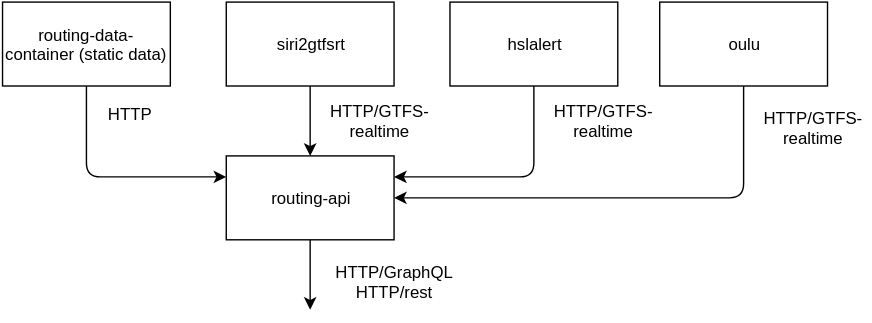
The draw.io diagram src/pages/en/developers/architecture/x-apis/1-routing-api/architecture.svg in HSLdevcom/digitransit-site, before a commit. Source tidied: cells renumbered, new cells last; positions are measured from the earlier drawing's top-left corner, leaving out a move shared by most shapes. Its diagram source:
```xml
<mxGraphModel background="#ffffff">
  <root>
    <mxCell id="0" />
    <mxCell id="1" parent="0" />
    <mxCell id="2" value="routing-data-container (static data)" style="whiteSpace=wrap;html=1;rounded=0;shadow=0;glass=0;strokeColor=#000000;fillColor=#FFFFFF;align=center;" parent="1" vertex="1">
      <mxGeometry width="120" height="60" as="geometry" />
    </mxCell>
    <mxCell id="3" value="routing-api" style="whiteSpace=wrap;html=1;rounded=0;shadow=0;glass=0;strokeColor=#000000;fillColor=#FFFFFF;align=center;" parent="1" vertex="1">
      <mxGeometry x="160" y="110" width="120" height="60" as="geometry" />
    </mxCell>
    <mxCell id="4" style="endArrow=classic;html=1;exitX=0.5;exitY=1;entryX=0;entryY=0.25;" parent="1" edge="1" source="2" target="3">
      <mxGeometry relative="1" as="geometry">
        <Array as="points">
          <mxPoint x="60" y="125" />
        </Array>
      </mxGeometry>
    </mxCell>
    <mxCell id="5" value="HTTP" style="text;html=1;strokeColor=none;fillColor=none;align=center;verticalAlign=middle;whiteSpace=wrap;overflow=hidden;rounded=0;shadow=0;glass=0;" parent="1" vertex="1">
      <mxGeometry x="70" y="70" width="40" height="20" as="geometry" />
    </mxCell>
    <mxCell id="6" style="endArrow=classic;html=1;exitX=0.5;exitY=1;" parent="1" edge="1" source="3">
      <mxGeometry relative="1" as="geometry">
        <mxPoint x="220" y="220" as="targetPoint" />
      </mxGeometry>
    </mxCell>
    <mxCell id="7" value="HTTP/GraphQL&lt;br&gt;HTTP/rest" style="text;html=1;strokeColor=none;fillColor=none;align=center;verticalAlign=middle;whiteSpace=wrap;overflow=hidden;rounded=0;shadow=0;glass=0;" parent="1" vertex="1">
      <mxGeometry x="230" y="180" width="100" height="40" as="geometry" />
    </mxCell>
    <mxCell id="8" value="siri2gtfsrt" style="whiteSpace=wrap;html=1;rounded=0;shadow=0;glass=0;strokeColor=#000000;fillColor=#FFFFFF;align=center;" parent="1" vertex="1">
      <mxGeometry x="160" width="120" height="60" as="geometry" />
    </mxCell>
    <mxCell id="9" value="&lt;pre&gt;&lt;font face=&quot;Helvetica&quot;&gt;hslalert&lt;/font&gt;&lt;/pre&gt;" style="whiteSpace=wrap;html=1;rounded=0;shadow=0;glass=0;strokeColor=#000000;fillColor=#FFFFFF;align=center;" parent="1" vertex="1">
      <mxGeometry x="320" width="120" height="60" as="geometry" />
    </mxCell>
    <mxCell id="10" value="oulu" style="whiteSpace=wrap;html=1;rounded=0;shadow=0;glass=0;strokeColor=#000000;fillColor=#FFFFFF;align=center;" parent="1" vertex="1">
      <mxGeometry x="470" width="120" height="60" as="geometry" />
    </mxCell>
    <mxCell id="11" value="HTTP/GTFS-realtime&lt;div&gt;&lt;div&gt;&lt;br&gt;&lt;/div&gt;&lt;/div&gt;" style="text;html=1;strokeColor=none;fillColor=none;align=center;verticalAlign=middle;whiteSpace=wrap;overflow=hidden;rounded=0;shadow=0;glass=0;" parent="1" vertex="1">
      <mxGeometry x="230" y="70" width="80" height="30" as="geometry" />
    </mxCell>
    <mxCell id="12" style="endArrow=classic;html=1;exitX=0.5;exitY=1;entryX=0.5;entryY=0;" parent="1" edge="1" source="8" target="3">
      <mxGeometry relative="1" as="geometry" />
    </mxCell>
    <mxCell id="13" style="endArrow=classic;html=1;exitX=0.5;exitY=1;entryX=1;entryY=0.25;" parent="1" edge="1" source="9" target="3">
      <mxGeometry relative="1" as="geometry">
        <Array as="points">
          <mxPoint x="380" y="125" />
        </Array>
      </mxGeometry>
    </mxCell>
    <mxCell id="14" style="endArrow=classic;html=1;exitX=0.5;exitY=1;entryX=1;entryY=0.5;" parent="1" edge="1" source="10" target="3">
      <mxGeometry relative="1" as="geometry">
        <Array as="points">
          <mxPoint x="530" y="140" />
        </Array>
      </mxGeometry>
    </mxCell>
    <mxCell id="15" value="HTTP/GTFS-realtime&lt;div&gt;&lt;div&gt;&lt;br&gt;&lt;/div&gt;&lt;/div&gt;" style="text;html=1;strokeColor=none;fillColor=none;align=center;verticalAlign=middle;whiteSpace=wrap;overflow=hidden;rounded=0;shadow=0;glass=0;" parent="1" vertex="1">
      <mxGeometry x="390" y="70" width="80" height="30" as="geometry" />
    </mxCell>
    <mxCell id="16" value="HTTP/GTFS-realtime&lt;div&gt;&lt;div&gt;&lt;br&gt;&lt;/div&gt;&lt;/div&gt;" style="text;html=1;strokeColor=none;fillColor=none;align=center;verticalAlign=middle;whiteSpace=wrap;overflow=hidden;rounded=0;shadow=0;glass=0;" parent="1" vertex="1">
      <mxGeometry x="540" y="75" width="80" height="30" as="geometry" />
    </mxCell>
    <mxCell id="17" style="edgeStyle=orthogonalEdgeStyle;rounded=0;html=1;exitX=0.75;exitY=0;entryX=0.75;entryY=0;startArrow=classic;startFill=1;endArrow=none;endFill=0;jettySize=auto;orthogonalLoop=1;" parent="1" edge="1" source="11" target="11">
      <mxGeometry relative="1" as="geometry" />
    </mxCell>
  </root>
</mxGraphModel>
```
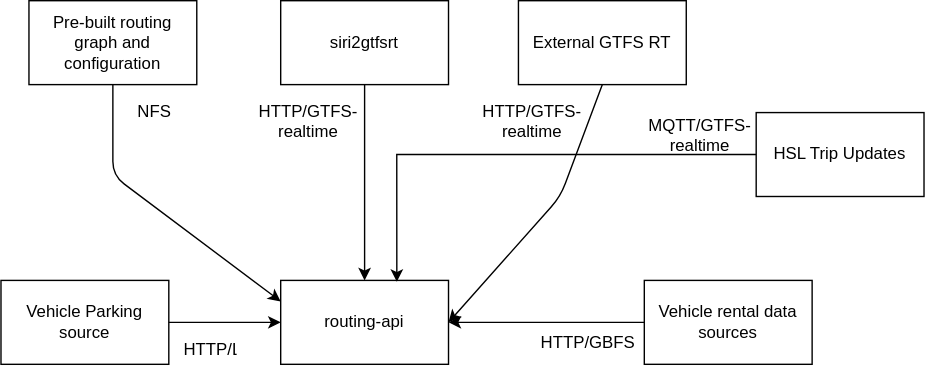
Above is the later version.

Commit message:
Update routing-api diagram and link to data building page from routing-api architecture

Diff of the diagram source:
```diff
@@ -2,11 +2,11 @@
   <root>
     <mxCell id="0" />
     <mxCell id="1" parent="0" />
-    <mxCell id="2" value="routing-data-container (static data)" style="whiteSpace=wrap;html=1;rounded=0;shadow=0;glass=0;strokeColor=#000000;fillColor=#FFFFFF;align=center;" parent="1" vertex="1">
+    <mxCell id="2" value="Pre-built routing graph and configuration" style="whiteSpace=wrap;html=1;rounded=0;shadow=0;glass=0;strokeColor=#000000;fillColor=#FFFFFF;align=center;" parent="1" vertex="1">
       <mxGeometry width="120" height="60" as="geometry" />
     </mxCell>
     <mxCell id="3" value="routing-api" style="whiteSpace=wrap;html=1;rounded=0;shadow=0;glass=0;strokeColor=#000000;fillColor=#FFFFFF;align=center;" parent="1" vertex="1">
-      <mxGeometry x="160" y="110" width="120" height="60" as="geometry" />
+      <mxGeometry x="180" y="200" width="120" height="60" as="geometry" />
     </mxCell>
     <mxCell id="4" style="endArrow=classic;html=1;exitX=0.5;exitY=1;entryX=0;entryY=0.25;" parent="1" edge="1" source="2" target="3">
       <mxGeometry relative="1" as="geometry">
@@ -15,54 +15,60 @@
         </Array>
       </mxGeometry>
     </mxCell>
-    <mxCell id="5" value="HTTP" style="text;html=1;strokeColor=none;fillColor=none;align=center;verticalAlign=middle;whiteSpace=wrap;overflow=hidden;rounded=0;shadow=0;glass=0;" parent="1" vertex="1">
+    <mxCell id="5" value="NFS" style="text;html=1;strokeColor=none;fillColor=none;align=center;verticalAlign=middle;whiteSpace=wrap;overflow=hidden;rounded=0;shadow=0;glass=0;" parent="1" vertex="1">
       <mxGeometry x="70" y="70" width="40" height="20" as="geometry" />
     </mxCell>
-    <mxCell id="6" style="endArrow=classic;html=1;exitX=0.5;exitY=1;" parent="1" edge="1" source="3">
-      <mxGeometry relative="1" as="geometry">
-        <mxPoint x="220" y="220" as="targetPoint" />
-      </mxGeometry>
-    </mxCell>
-    <mxCell id="7" value="HTTP/GraphQL&lt;br&gt;HTTP/rest" style="text;html=1;strokeColor=none;fillColor=none;align=center;verticalAlign=middle;whiteSpace=wrap;overflow=hidden;rounded=0;shadow=0;glass=0;" parent="1" vertex="1">
-      <mxGeometry x="230" y="180" width="100" height="40" as="geometry" />
-    </mxCell>
     <mxCell id="8" value="siri2gtfsrt" style="whiteSpace=wrap;html=1;rounded=0;shadow=0;glass=0;strokeColor=#000000;fillColor=#FFFFFF;align=center;" parent="1" vertex="1">
-      <mxGeometry x="160" width="120" height="60" as="geometry" />
+      <mxGeometry x="180" width="120" height="60" as="geometry" />
     </mxCell>
-    <mxCell id="9" value="&lt;pre&gt;&lt;font face=&quot;Helvetica&quot;&gt;hslalert&lt;/font&gt;&lt;/pre&gt;" style="whiteSpace=wrap;html=1;rounded=0;shadow=0;glass=0;strokeColor=#000000;fillColor=#FFFFFF;align=center;" parent="1" vertex="1">
-      <mxGeometry x="320" width="120" height="60" as="geometry" />
-    </mxCell>
-    <mxCell id="10" value="oulu" style="whiteSpace=wrap;html=1;rounded=0;shadow=0;glass=0;strokeColor=#000000;fillColor=#FFFFFF;align=center;" parent="1" vertex="1">
-      <mxGeometry x="470" width="120" height="60" as="geometry" />
-    </mxCell>
     <mxCell id="11" value="HTTP/GTFS-realtime&lt;div&gt;&lt;div&gt;&lt;br&gt;&lt;/div&gt;&lt;/div&gt;" style="text;html=1;strokeColor=none;fillColor=none;align=center;verticalAlign=middle;whiteSpace=wrap;overflow=hidden;rounded=0;shadow=0;glass=0;" parent="1" vertex="1">
-      <mxGeometry x="230" y="70" width="80" height="30" as="geometry" />
+      <mxGeometry x="160" y="70" width="80" height="30" as="geometry" />
     </mxCell>
     <mxCell id="12" style="endArrow=classic;html=1;exitX=0.5;exitY=1;entryX=0.5;entryY=0;" parent="1" edge="1" source="8" target="3">
       <mxGeometry relative="1" as="geometry" />
     </mxCell>
-    <mxCell id="13" style="endArrow=classic;html=1;exitX=0.5;exitY=1;entryX=1;entryY=0.25;" parent="1" edge="1" source="9" target="3">
-      <mxGeometry relative="1" as="geometry">
-        <Array as="points">
-          <mxPoint x="380" y="125" />
-        </Array>
-      </mxGeometry>
-    </mxCell>
-    <mxCell id="14" style="endArrow=classic;html=1;exitX=0.5;exitY=1;entryX=1;entryY=0.5;" parent="1" edge="1" source="10" target="3">
-      <mxGeometry relative="1" as="geometry">
-        <Array as="points">
-          <mxPoint x="530" y="140" />
-        </Array>
-      </mxGeometry>
-    </mxCell>
-    <mxCell id="15" value="HTTP/GTFS-realtime&lt;div&gt;&lt;div&gt;&lt;br&gt;&lt;/div&gt;&lt;/div&gt;" style="text;html=1;strokeColor=none;fillColor=none;align=center;verticalAlign=middle;whiteSpace=wrap;overflow=hidden;rounded=0;shadow=0;glass=0;" parent="1" vertex="1">
-      <mxGeometry x="390" y="70" width="80" height="30" as="geometry" />
-    </mxCell>
-    <mxCell id="16" value="HTTP/GTFS-realtime&lt;div&gt;&lt;div&gt;&lt;br&gt;&lt;/div&gt;&lt;/div&gt;" style="text;html=1;strokeColor=none;fillColor=none;align=center;verticalAlign=middle;whiteSpace=wrap;overflow=hidden;rounded=0;shadow=0;glass=0;" parent="1" vertex="1">
-      <mxGeometry x="540" y="75" width="80" height="30" as="geometry" />
-    </mxCell>
     <mxCell id="17" style="edgeStyle=orthogonalEdgeStyle;rounded=0;html=1;exitX=0.75;exitY=0;entryX=0.75;entryY=0;startArrow=classic;startFill=1;endArrow=none;endFill=0;jettySize=auto;orthogonalLoop=1;" parent="1" edge="1" source="11" target="11">
       <mxGeometry relative="1" as="geometry" />
     </mxCell>
+    <mxCell id="18" value="External GTFS RT" style="whiteSpace=wrap;html=1;rounded=0;shadow=0;glass=0;strokeColor=#000000;fillColor=#FFFFFF;align=center;" parent="1" vertex="1">
+      <mxGeometry x="350" width="120" height="60" as="geometry" />
+    </mxCell>
+    <mxCell id="19" style="endArrow=classic;html=1;exitX=0.5;exitY=1;exitDx=0;exitDy=0;entryX=1;entryY=0.5;entryDx=0;entryDy=0;" parent="1" edge="1" source="18" target="3">
+      <mxGeometry relative="1" as="geometry">
+        <Array as="points">
+          <mxPoint x="380" y="140" />
+        </Array>
+      </mxGeometry>
+    </mxCell>
+    <mxCell id="20" value="HTTP/GTFS-realtime&lt;div&gt;&lt;div&gt;&lt;br&gt;&lt;/div&gt;&lt;/div&gt;" style="text;html=1;strokeColor=none;fillColor=none;align=center;verticalAlign=middle;whiteSpace=wrap;overflow=hidden;rounded=0;shadow=0;glass=0;" parent="1" vertex="1">
+      <mxGeometry x="320" y="70" width="80" height="30" as="geometry" />
+    </mxCell>
+    <mxCell id="21" value="Vehicle rental data sources" style="whiteSpace=wrap;html=1;rounded=0;shadow=0;glass=0;strokeColor=#000000;fillColor=#FFFFFF;align=center;" parent="1" vertex="1">
+      <mxGeometry x="440" y="200" width="120" height="60" as="geometry" />
+    </mxCell>
+    <mxCell id="22" style="endArrow=classic;html=1;exitX=0;exitY=0.5;exitDx=0;exitDy=0;entryX=1;entryY=0.5;entryDx=0;entryDy=0;" parent="1" edge="1" source="21" target="3">
+      <mxGeometry relative="1" as="geometry" />
+    </mxCell>
+    <mxCell id="23" value="HTTP/GBFS&lt;div&gt;&lt;div&gt;&lt;br&gt;&lt;/div&gt;&lt;/div&gt;" style="text;html=1;strokeColor=none;fillColor=none;align=center;verticalAlign=middle;whiteSpace=wrap;overflow=hidden;rounded=0;shadow=0;glass=0;" parent="1" vertex="1">
+      <mxGeometry x="360" y="235" width="80" height="30" as="geometry" />
+    </mxCell>
+    <mxCell id="24" value="Vehicle Parking source" style="whiteSpace=wrap;html=1;rounded=0;shadow=0;glass=0;strokeColor=#000000;fillColor=#FFFFFF;align=center;" parent="1" vertex="1">
+      <mxGeometry x="-20" y="200" width="120" height="60" as="geometry" />
+    </mxCell>
+    <mxCell id="25" style="endArrow=classic;html=1;exitX=1;exitY=0.5;exitDx=0;exitDy=0;entryX=0;entryY=0.5;entryDx=0;entryDy=0;" parent="1" edge="1" source="24" target="3">
+      <mxGeometry relative="1" as="geometry" />
+    </mxCell>
+    <mxCell id="26" value="HTTP/Liipi" style="text;html=1;strokeColor=none;fillColor=none;align=center;verticalAlign=middle;whiteSpace=wrap;overflow=hidden;rounded=0;shadow=0;glass=0;" parent="1" vertex="1">
+      <mxGeometry x="110" y="230" width="40" height="40" as="geometry" />
+    </mxCell>
+    <mxCell id="27" style="edgeStyle=orthogonalEdgeStyle;rounded=0;jettySize=auto;html=1;entryX=0.692;entryY=0.017;entryDx=0;entryDy=0;entryPerimeter=0;" parent="1" edge="1" source="28" target="3">
+      <mxGeometry relative="1" as="geometry" />
+    </mxCell>
+    <mxCell id="28" value="HSL Trip Updates" style="whiteSpace=wrap;html=1;rounded=0;shadow=0;glass=0;strokeColor=#000000;fillColor=#FFFFFF;align=center;" parent="1" vertex="1">
+      <mxGeometry x="520" y="80" width="120" height="60" as="geometry" />
+    </mxCell>
+    <mxCell id="29" value="MQTT/GTFS-realtime&lt;div&gt;&lt;div&gt;&lt;br&gt;&lt;/div&gt;&lt;/div&gt;" style="text;html=1;strokeColor=none;fillColor=none;align=center;verticalAlign=middle;whiteSpace=wrap;overflow=hidden;rounded=0;shadow=0;glass=0;" parent="1" vertex="1">
+      <mxGeometry x="440" y="80" width="80" height="30" as="geometry" />
+    </mxCell>
   </root>
 </mxGraphModel>
```
